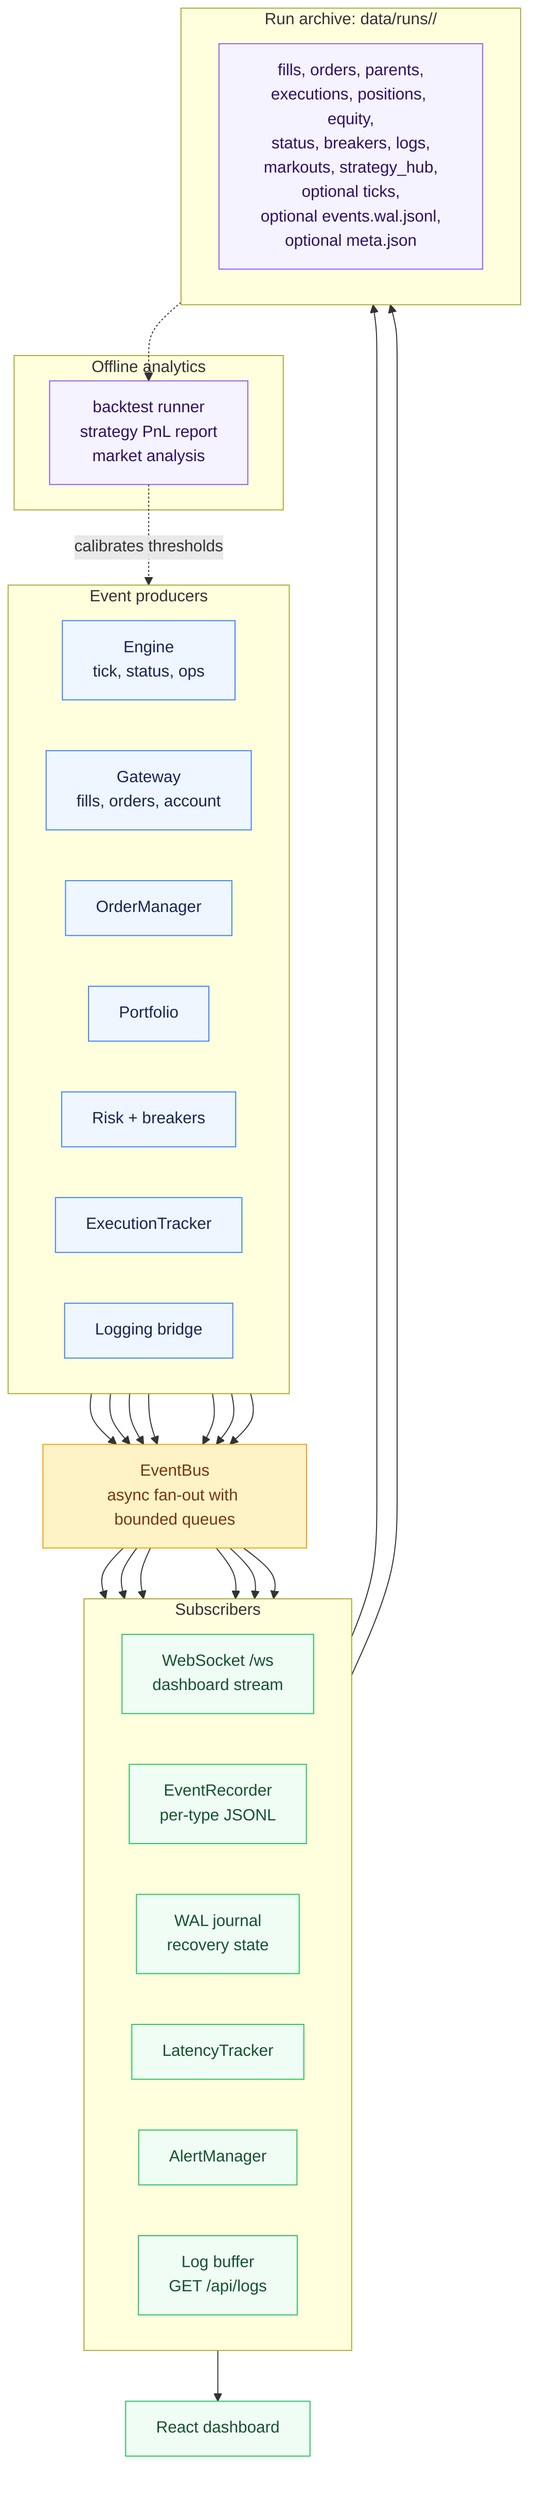
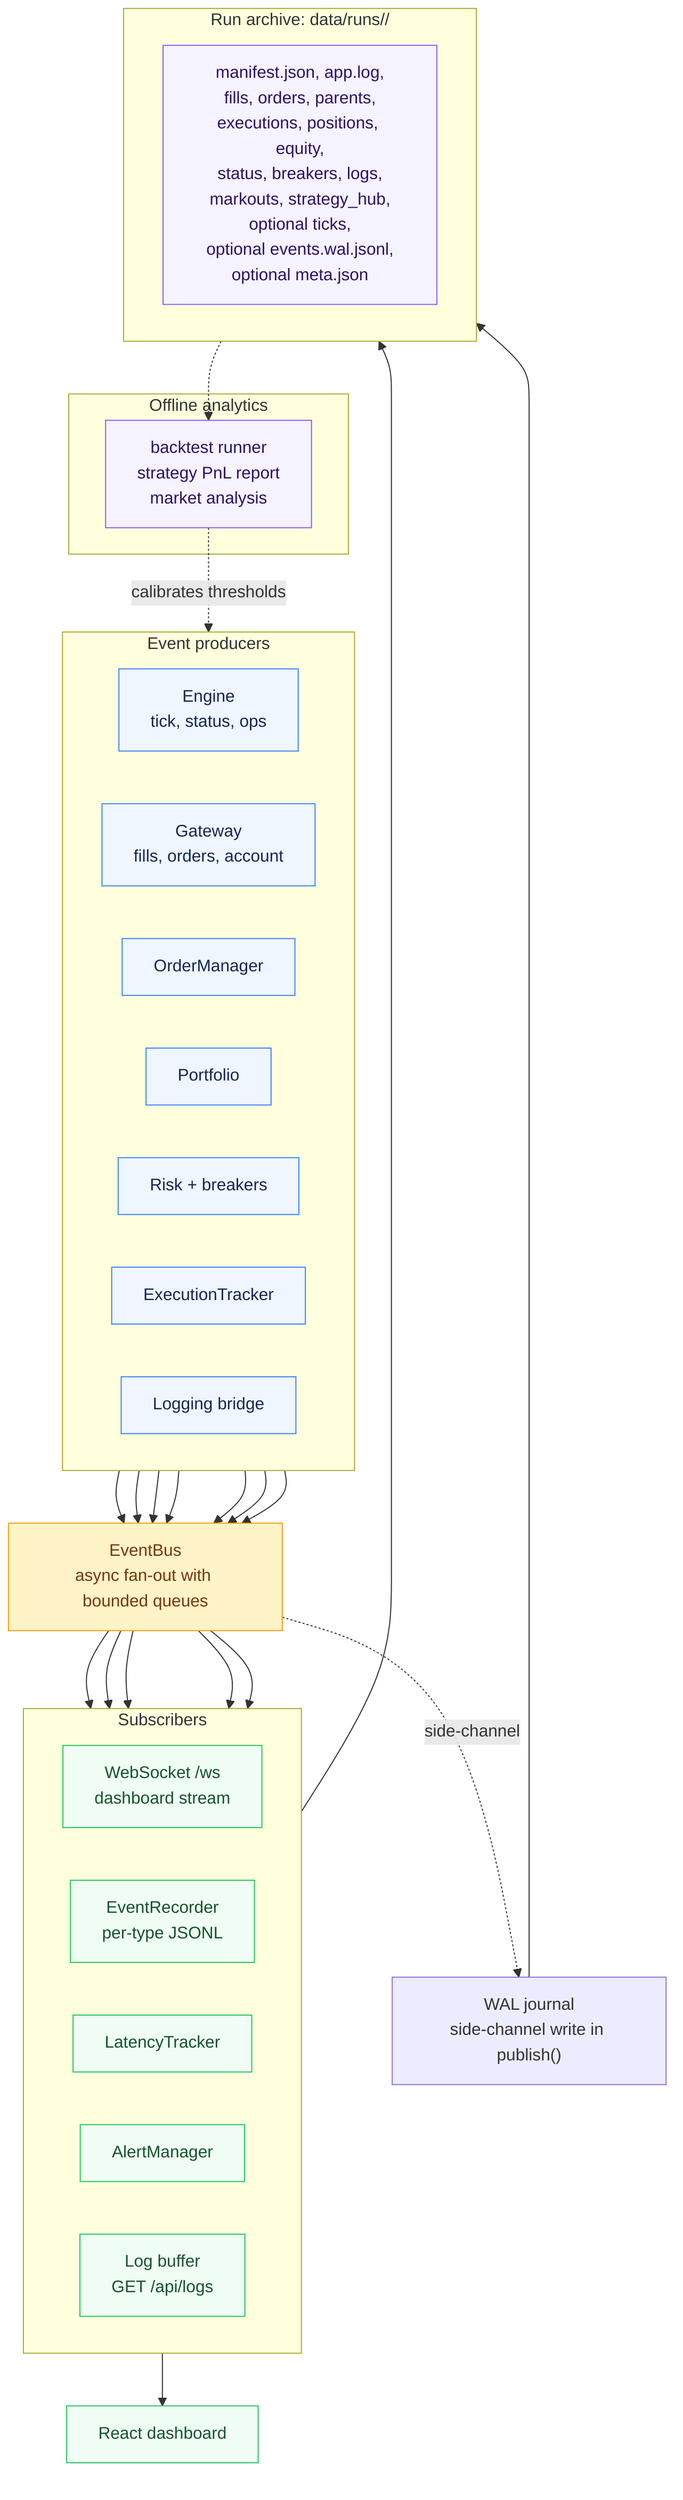
%% EventBus fan-out - producers, subscribers, and archives
flowchart TB
    subgraph Producers["Event producers"]
        direction LR
        ENGINE["Engine<br/>tick, status, ops"]
        GATEWAY["Gateway<br/>fills, orders, account"]
        OMS["OrderManager"]
        PORT["Portfolio"]
        RISK["Risk + breakers"]
        EXEC["ExecutionTracker"]
        LOGS["Logging bridge"]
    end

    BUS["EventBus<br/>async fan-out with bounded queues"]

    ENGINE --> BUS
    GATEWAY --> BUS
    OMS --> BUS
    PORT --> BUS
    RISK --> BUS
    EXEC --> BUS
    LOGS --> BUS

    subgraph Subscribers["Subscribers"]
        direction LR
        WS["WebSocket /ws<br/>dashboard stream"]
        REC["EventRecorder<br/>per-type JSONL"]
-         WAL["WAL journal<br/>recovery state"]
        LAT["LatencyTracker"]
        ALERT["AlertManager"]
        LOGBUF["Log buffer<br/>GET /api/logs"]
    end

+     WAL["WAL journal<br/>side-channel write in publish()"]
+ 
    BUS --> WS
    BUS --> REC
-     BUS --> WAL
+     BUS -. "side-channel" .-> WAL
    BUS --> LAT
    BUS --> ALERT
    BUS --> LOGBUF

    WS --> UI["React dashboard"]

    subgraph Archive["Run archive: data/runs/<run-id>/"]
        direction LR
-         FILES["fills, orders, parents,<br/>executions, positions, equity,<br/>status, breakers, logs,<br/>markouts, strategy_hub,<br/>optional ticks,<br/>optional events.wal.jsonl,<br/>optional meta.json"]
+         FILES["manifest.json, app.log,<br/>fills, orders, parents,<br/>executions, positions, equity,<br/>status, breakers, logs,<br/>markouts, strategy_hub,<br/>optional ticks,<br/>optional events.wal.jsonl,<br/>optional meta.json"]
    end

    REC --> Archive
    WAL --> Archive

    subgraph Analytics["Offline analytics"]
        ANALYZERS["backtest runner<br/>strategy PnL report<br/>market analysis"]
    end

    Archive -.-> ANALYZERS
    ANALYZERS -.->|"calibrates thresholds"| ENGINE

    classDef producer fill:#eff6ff,stroke:#3b82f6,color:#172554
    classDef bus fill:#fef3c7,stroke:#f59e0b,color:#78350f
    classDef sink fill:#f0fdf4,stroke:#22c55e,color:#14532d
    classDef archive fill:#f5f3ff,stroke:#8b5cf6,color:#2e1065

    class ENGINE,GATEWAY,OMS,PORT,RISK,EXEC,LOGS producer
    class BUS bus
-     class WS,REC,WAL,LAT,ALERT,LOGBUF,UI sink
+     class WS,REC,LAT,ALERT,LOGBUF,UI sink
    class FILES,ANALYZERS archive
